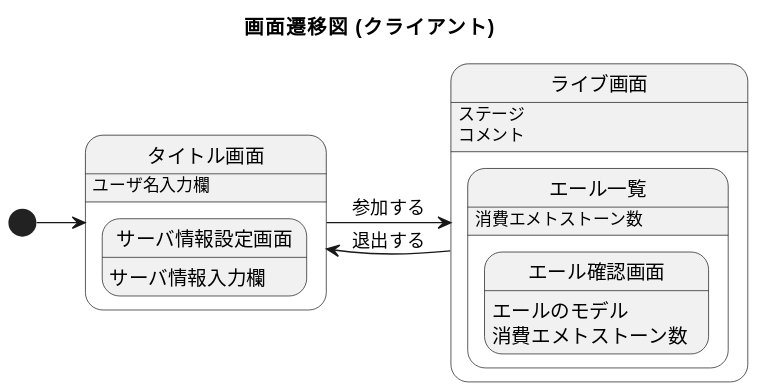
Above: documents/diagrams/export/screenTransition.svg in potetiniku/aster-connect (PlantUML), before the change.
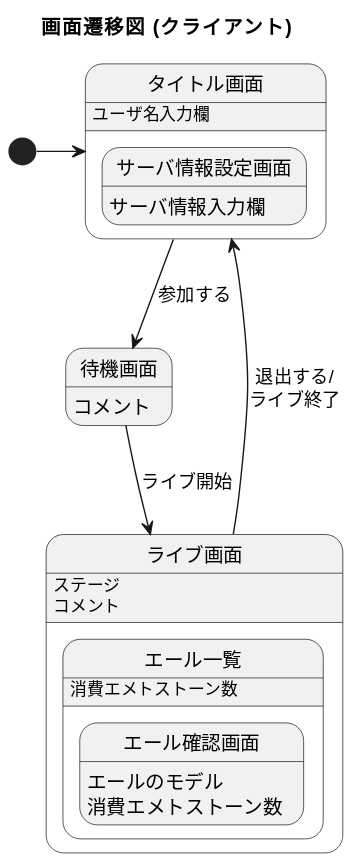
Above is the later version.

Diff of the diagram source:
```diff
@@ -6,6 +6,8 @@
 state タイトル画面 {
 	state サーバ情報設定画面 : サーバ情報入力欄
 }
+
+state 待機画面 : コメント
 
 state ライブ画面 : ステージ
 state ライブ画面 : コメント
@@ -19,7 +21,8 @@
 }
 
 [*] -r-> タイトル画面
-ライブ画面 -l-> タイトル画面 : 退出する
-タイトル画面 -r-> ライブ画面 : 参加する
+ライブ画面 -u-> タイトル画面 : 退出する/\nライブ終了
+タイトル画面 --> 待機画面 : 参加する
+待機画面 --> ライブ画面 : ライブ開始
 
 @enduml
```
